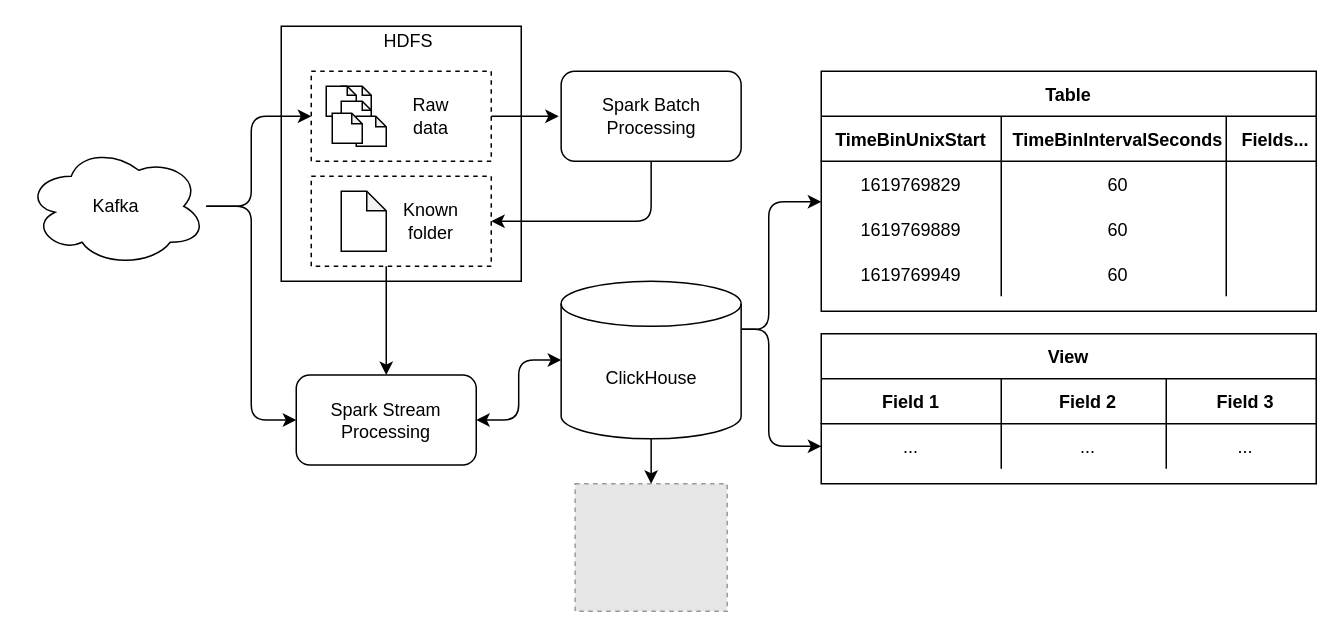
The draw.io diagram docs/architecture.drawio in lhvubtqn/optimised-lambda-architecture, before the edit. Source tidied: cells renumbered, new cells numbered last; positions are measured from the earlier drawing's top-left corner, leaving out a move shared by most shapes. Both pictures are drawn from the tidied source at 150%, with x=0, y=0 at pixel (26, 26). Pictures stored in the file or linked from it are replaced by grey dashed boxes.
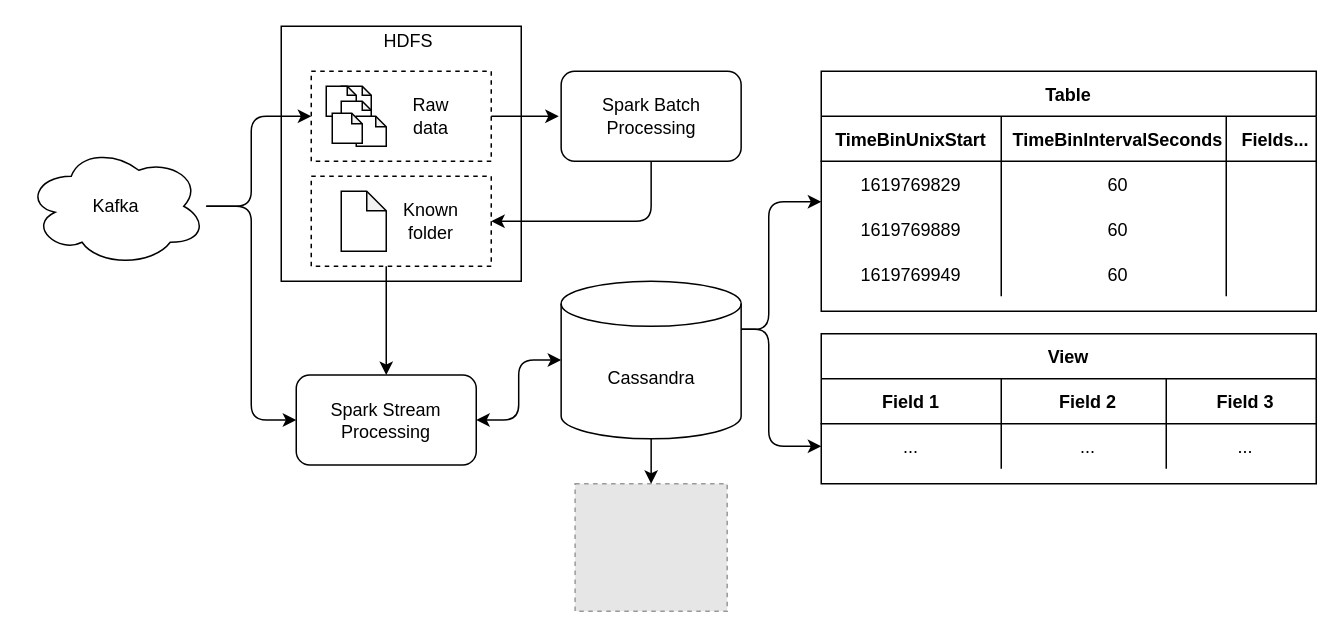
After the change.

Commit message (it also covers changes not shown here):
Use Cassandra instead of ClickHouse

Unchanged cells that the change refers to:
```xml
<mxCell id="3" style="group;" parent="1" vertex="1">
  <mxGeometry width="860" height="390" as="geometry" />
</mxCell>
```

Diff of the diagram source:
```diff
@@
-    <mxCell id="8" value="ClickHouse" style="shape=cylinder3;whiteSpace=wrap;html=1;boundedLbl=1;backgroundOutline=1;size=15;" parent="3" vertex="1">
+    <mxCell id="8" value="Cassandra" style="shape=cylinder3;whiteSpace=wrap;html=1;boundedLbl=1;backgroundOutline=1;size=15;" parent="3" vertex="1">
       <mxGeometry x="356.6" y="170" width="120" height="105" as="geometry" />
     </mxCell>
```
